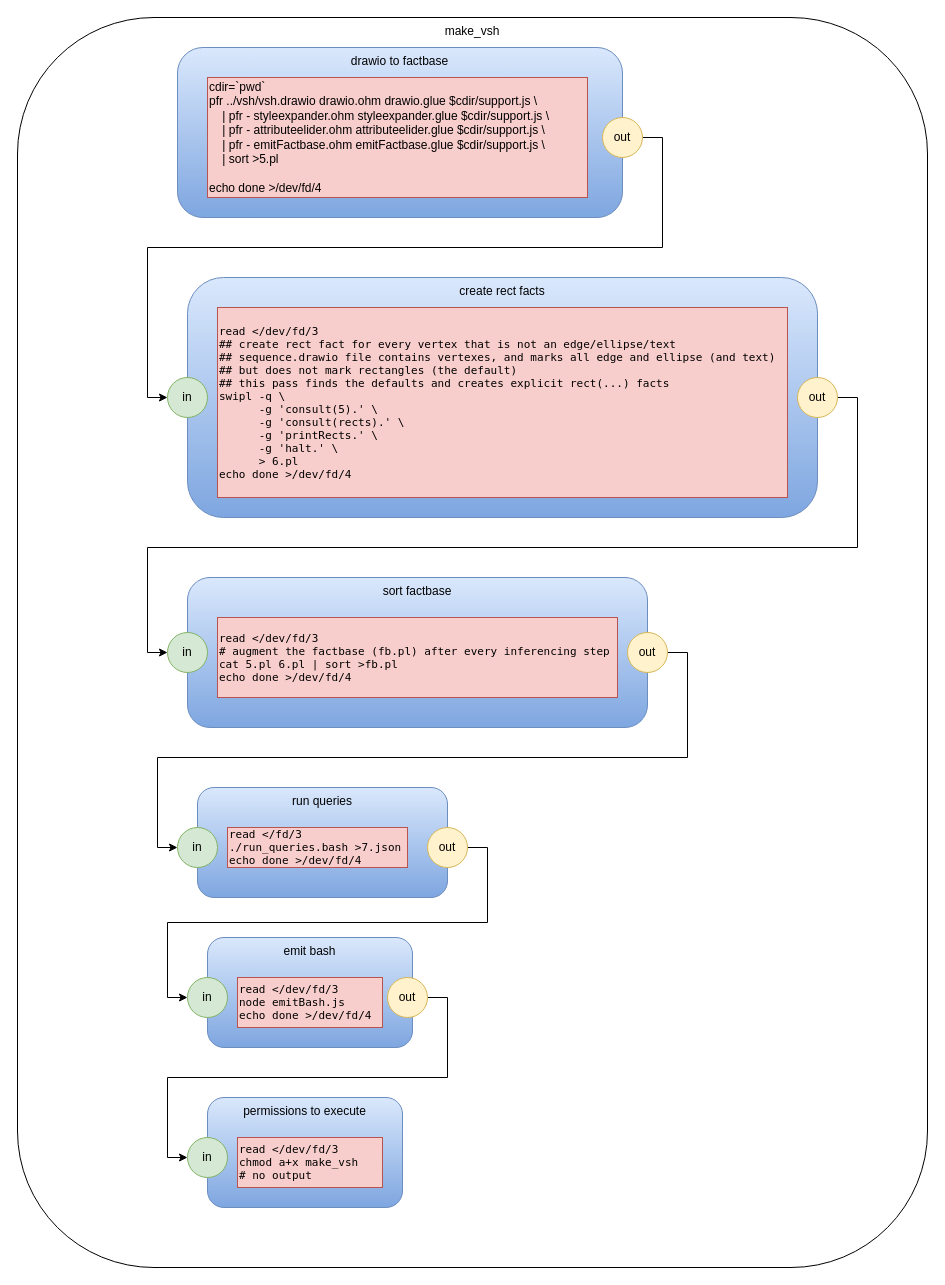
Earlier version of the draw.io diagram vsh.drawio (guitarvydas/vsh). Source tidied: cells renumbered, new cells numbered last; positions are measured from the earlier drawing's top-left corner, leaving out a move shared by most shapes. Both pictures are drawn from the tidied source at 100%, with x=0, y=0 at pixel (17, 17).
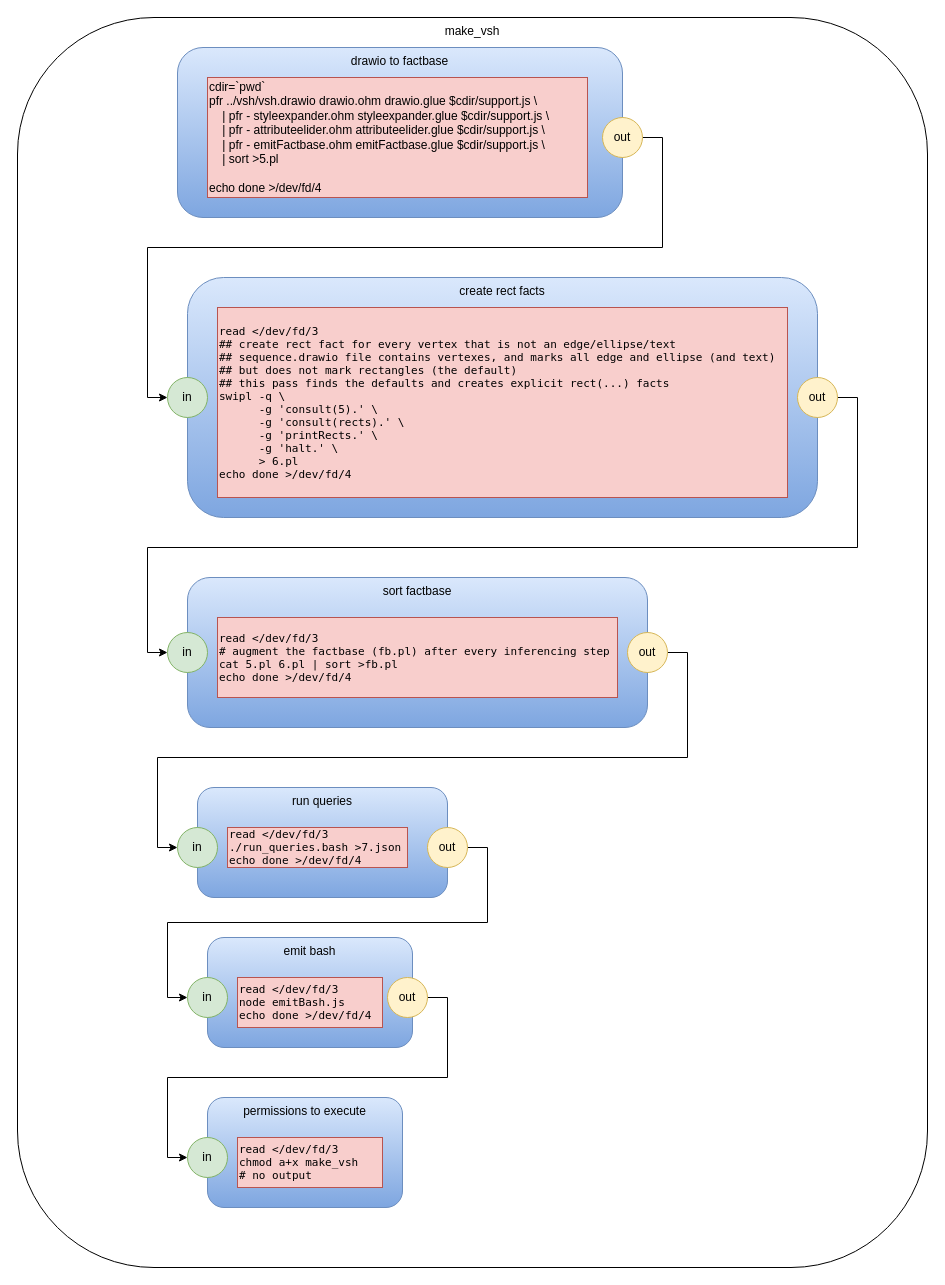
After the change.

The edit, as a diff of the source:
```diff
@@
-    <mxCell id="21" value="&lt;p class=&quot;p1&quot; style=&quot;margin: 0px ; font-stretch: normal ; font-size: 11px ; line-height: normal ; font-family: &amp;#34;menlo&amp;#34;&quot;&gt;&lt;span class=&quot;s1&quot;&gt;read &amp;lt;/fd/3&lt;/span&gt;&lt;/p&gt;&lt;p class=&quot;p1&quot; style=&quot;margin: 0px ; font-stretch: normal ; font-size: 11px ; line-height: normal ; font-family: &amp;#34;menlo&amp;#34;&quot;&gt;&lt;span class=&quot;s1&quot;&gt;./run_queries.bash &amp;gt;7.json&lt;/span&gt;&lt;/p&gt;&lt;p class=&quot;p1&quot; style=&quot;margin: 0px ; font-stretch: normal ; font-size: 11px ; line-height: normal ; font-family: &amp;#34;menlo&amp;#34;&quot;&gt;&lt;span class=&quot;s1&quot;&gt;echo done &amp;gt;/dev/fd/4&lt;br&gt;&lt;/span&gt;&lt;/p&gt;" style="rounded=0;whiteSpace=wrap;html=1;fillColor=#f8cecc;strokeColor=#b85450;align=left;" parent="1" vertex="1">
+    <mxCell id="21" value="&lt;p class=&quot;p1&quot; style=&quot;margin: 0px ; font-stretch: normal ; font-size: 11px ; line-height: normal ; font-family: &amp;#34;menlo&amp;#34;&quot;&gt;&lt;span class=&quot;s1&quot;&gt;read &amp;lt;/dev/fd/3&lt;/span&gt;&lt;/p&gt;&lt;p class=&quot;p1&quot; style=&quot;margin: 0px ; font-stretch: normal ; font-size: 11px ; line-height: normal ; font-family: &amp;#34;menlo&amp;#34;&quot;&gt;&lt;span class=&quot;s1&quot;&gt;./run_queries.bash &amp;gt;7.json&lt;/span&gt;&lt;/p&gt;&lt;p class=&quot;p1&quot; style=&quot;margin: 0px ; font-stretch: normal ; font-size: 11px ; line-height: normal ; font-family: &amp;#34;menlo&amp;#34;&quot;&gt;&lt;span class=&quot;s1&quot;&gt;echo done &amp;gt;/dev/fd/4&lt;br&gt;&lt;/span&gt;&lt;/p&gt;" style="rounded=0;whiteSpace=wrap;html=1;fillColor=#f8cecc;strokeColor=#b85450;align=left;" parent="1" vertex="1">
       <mxGeometry x="210" y="810" width="180" height="40" as="geometry" />
     </mxCell>
```
